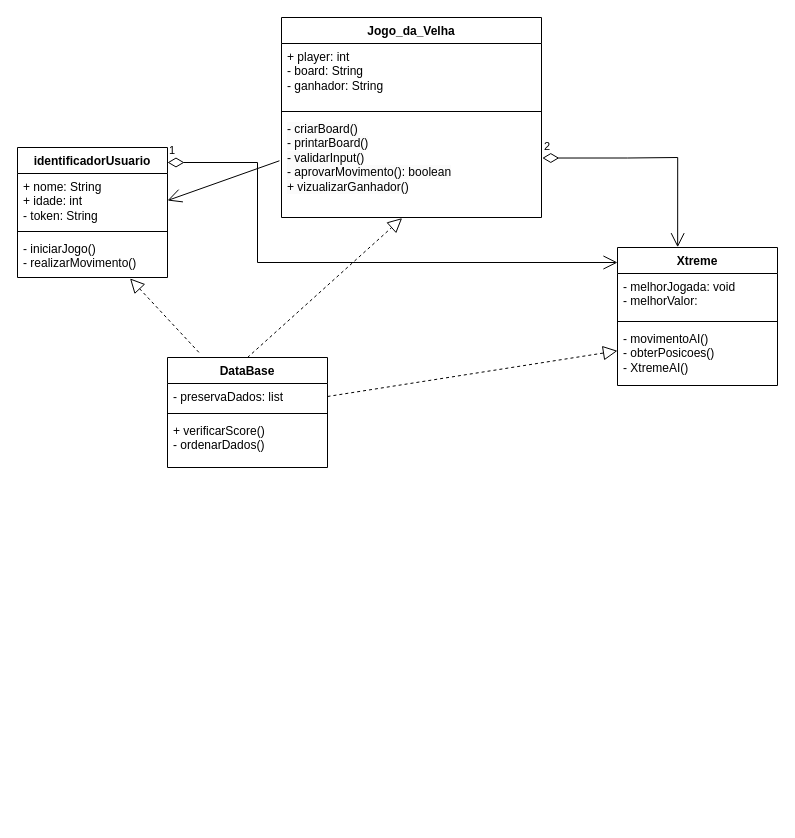
Before: mini_projeto_3/Projeto_3/diagrama_de_classes.drawio in antonioscarvalho/Projetos-Orientados-a-Objetos, a draw.io diagram. Source tidied: cells renumbered, new cells numbered last; positions are measured from the earlier drawing's top-left corner, leaving out a move shared by most shapes. Both pictures are drawn from the tidied source at 100%, with x=0, y=0 at pixel (17, 17).
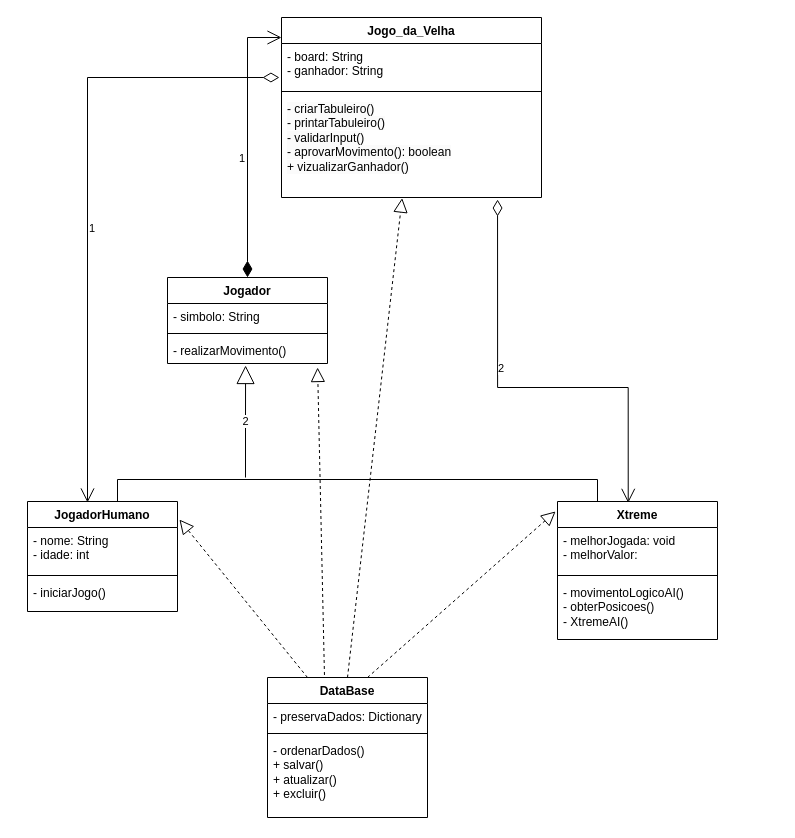
The same diagram, later.

What changed in the source:
```diff
@@
-    <mxCell id="2" value="identificadorUsuario" style="swimlane;fontStyle=1;align=center;verticalAlign=top;horizontal=1;startSize=26;whiteSpace=wrap;html=1;" parent="1" vertex="1">
-      <mxGeometry y="130" width="150" height="130" as="geometry" />
+    <mxCell id="2" value="JogadorHumano" style="swimlane;fontStyle=1;align=center;verticalAlign=top;horizontal=1;startSize=26;whiteSpace=wrap;html=1;" parent="1" vertex="1">
+      <mxGeometry x="10" y="484" width="150" height="110" as="geometry" />
     </mxCell>
-    <mxCell id="3" value="+ nome: String&lt;br&gt;+ idade: int&lt;br&gt;- token: String" style="text;strokeColor=none;fillColor=none;align=left;verticalAlign=top;spacingLeft=4;spacingRight=4;overflow=hidden;points=[[0,0.5],[1,0.5]];portConstraint=eastwest;whiteSpace=wrap;html=1;" parent="2" vertex="1">
-      <mxGeometry y="26" width="150" height="54" as="geometry" />
+    <mxCell id="3" value="- nome: String&lt;br&gt;- idade: int" style="text;strokeColor=none;fillColor=none;align=left;verticalAlign=top;spacingLeft=4;spacingRight=4;overflow=hidden;points=[[0,0.5],[1,0.5]];portConstraint=eastwest;whiteSpace=wrap;html=1;" parent="2" vertex="1">
+      <mxGeometry y="26" width="150" height="44" as="geometry" />
     </mxCell>
     <mxCell id="4" style="line;strokeWidth=1;fillColor=none;align=left;verticalAlign=middle;spacingTop=-1;spacingLeft=3;spacingRight=3;labelPosition=right;strokeColor=inherit;" parent="2" vertex="1">
-      <mxGeometry y="80" width="150" height="8" as="geometry" />
+      <mxGeometry y="70" width="150" height="8" as="geometry" />
     </mxCell>
-    <mxCell id="5" value="- iniciarJogo()&lt;br&gt;- realizarMovimento()" style="text;strokeColor=none;fillColor=none;align=left;verticalAlign=top;spacingLeft=4;spacingRight=4;overflow=hidden;points=[[0,0.5],[1,0.5]];portConstraint=eastwest;whiteSpace=wrap;html=1;" parent="2" vertex="1">
-      <mxGeometry y="88" width="150" height="42" as="geometry" />
+    <mxCell id="5" value="- iniciarJogo()" style="text;strokeColor=none;fillColor=none;align=left;verticalAlign=top;spacingLeft=4;spacingRight=4;overflow=hidden;points=[[0,0.5],[1,0.5]];portConstraint=eastwest;whiteSpace=wrap;html=1;" parent="2" vertex="1">
+      <mxGeometry y="78" width="150" height="32" as="geometry" />
     </mxCell>
     <mxCell id="6" value="Jogo_da_Velha" style="swimlane;fontStyle=1;align=center;verticalAlign=top;horizontal=1;startSize=26;whiteSpace=wrap;html=1;" parent="1" vertex="1">
-      <mxGeometry x="264" width="260" height="200" as="geometry" />
+      <mxGeometry x="264" width="260" height="180" as="geometry" />
     </mxCell>
-    <mxCell id="7" value="+ player: int&lt;br&gt;- board: String&lt;br&gt;- ganhador: String" style="text;strokeColor=none;fillColor=none;align=left;verticalAlign=top;spacingLeft=4;spacingRight=4;overflow=hidden;points=[[0,0.5],[1,0.5]];portConstraint=eastwest;whiteSpace=wrap;html=1;" parent="6" vertex="1">
-      <mxGeometry y="26" width="260" height="64" as="geometry" />
+    <mxCell id="7" value="- board: String&lt;br&gt;- ganhador: String" style="text;strokeColor=none;fillColor=none;align=left;verticalAlign=top;spacingLeft=4;spacingRight=4;overflow=hidden;points=[[0,0.5],[1,0.5]];portConstraint=eastwest;whiteSpace=wrap;html=1;" parent="6" vertex="1">
+      <mxGeometry y="26" width="260" height="44" as="geometry" />
     </mxCell>
     <mxCell id="8" style="line;strokeWidth=1;fillColor=none;align=left;verticalAlign=middle;spacingTop=-1;spacingLeft=3;spacingRight=3;labelPosition=right;strokeColor=inherit;" parent="6" vertex="1">
-      <mxGeometry y="90" width="260" height="8" as="geometry" />
+      <mxGeometry y="70" width="260" height="8" as="geometry" />
     </mxCell>
-    <mxCell id="9" value="&lt;span style=&quot;color: rgb(0, 0, 0); font-family: Helvetica; font-size: 12px; font-style: normal; font-variant-ligatures: normal; font-variant-caps: normal; font-weight: 400; letter-spacing: normal; orphans: 2; text-align: left; text-indent: 0px; text-transform: none; widows: 2; word-spacing: 0px; -webkit-text-stroke-width: 0px; background-color: rgb(251, 251, 251); text-decoration-thickness: initial; text-decoration-style: initial; text-decoration-color: initial; float: none; display: inline !important;&quot;&gt;- criarBoard()&lt;/span&gt;&lt;br style=&quot;border-color: var(--border-color); color: rgb(0, 0, 0); font-family: Helvetica; font-size: 12px; font-style: normal; font-variant-ligatures: normal; font-variant-caps: normal; font-weight: 400; letter-spacing: normal; orphans: 2; text-align: left; text-indent: 0px; text-transform: none; widows: 2; word-spacing: 0px; -webkit-text-stroke-width: 0px; background-color: rgb(251, 251, 251); text-decoration-thickness: initial; text-decoration-style: initial; text-decoration-color: initial;&quot;&gt;&lt;span style=&quot;color: rgb(0, 0, 0); font-family: Helvetica; font-size: 12px; font-style: normal; font-variant-ligatures: normal; font-variant-caps: normal; font-weight: 400; letter-spacing: normal; orphans: 2; text-align: left; text-indent: 0px; text-transform: none; widows: 2; word-spacing: 0px; -webkit-text-stroke-width: 0px; background-color: rgb(251, 251, 251); text-decoration-thickness: initial; text-decoration-style: initial; text-decoration-color: initial; float: none; display: inline !important;&quot;&gt;- printarBoard()&lt;br&gt;- validarInput()&lt;br&gt;- aprovarMovimento(): boolean&lt;br&gt;+ vizualizarGanhador()&lt;br&gt;&lt;/span&gt;" style="text;strokeColor=none;fillColor=none;align=left;verticalAlign=top;spacingLeft=4;spacingRight=4;overflow=hidden;points=[[0,0.5],[1,0.5]];portConstraint=eastwest;whiteSpace=wrap;html=1;" parent="6" vertex="1">
-      <mxGeometry y="98" width="260" height="102" as="geometry" />
+    <mxCell id="9" value="&lt;span style=&quot;color: rgb(0, 0, 0); font-family: Helvetica; font-size: 12px; font-style: normal; font-variant-ligatures: normal; font-variant-caps: normal; font-weight: 400; letter-spacing: normal; orphans: 2; text-align: left; text-indent: 0px; text-transform: none; widows: 2; word-spacing: 0px; -webkit-text-stroke-width: 0px; background-color: rgb(251, 251, 251); text-decoration-thickness: initial; text-decoration-style: initial; text-decoration-color: initial; float: none; display: inline !important;&quot;&gt;- criarTabuleiro()&lt;/span&gt;&lt;br style=&quot;border-color: var(--border-color); color: rgb(0, 0, 0); font-family: Helvetica; font-size: 12px; font-style: normal; font-variant-ligatures: normal; font-variant-caps: normal; font-weight: 400; letter-spacing: normal; orphans: 2; text-align: left; text-indent: 0px; text-transform: none; widows: 2; word-spacing: 0px; -webkit-text-stroke-width: 0px; background-color: rgb(251, 251, 251); text-decoration-thickness: initial; text-decoration-style: initial; text-decoration-color: initial;&quot;&gt;&lt;span style=&quot;color: rgb(0, 0, 0); font-family: Helvetica; font-size: 12px; font-style: normal; font-variant-ligatures: normal; font-variant-caps: normal; font-weight: 400; letter-spacing: normal; orphans: 2; text-align: left; text-indent: 0px; text-transform: none; widows: 2; word-spacing: 0px; -webkit-text-stroke-width: 0px; background-color: rgb(251, 251, 251); text-decoration-thickness: initial; text-decoration-style: initial; text-decoration-color: initial; float: none; display: inline !important;&quot;&gt;- printarTabuleiro()&lt;br&gt;- validarInput()&lt;br&gt;- aprovarMovimento(): boolean&lt;br&gt;+ vizualizarGanhador()&lt;br&gt;&lt;/span&gt;" style="text;strokeColor=none;fillColor=none;align=left;verticalAlign=top;spacingLeft=4;spacingRight=4;overflow=hidden;points=[[0,0.5],[1,0.5]];portConstraint=eastwest;whiteSpace=wrap;html=1;" parent="6" vertex="1">
+      <mxGeometry y="78" width="260" height="102" as="geometry" />
     </mxCell>
     <mxCell id="10" value="DataBase" style="swimlane;fontStyle=1;align=center;verticalAlign=top;horizontal=1;startSize=26;whiteSpace=wrap;html=1;" parent="1" vertex="1">
-      <mxGeometry x="150" y="340" width="160" height="110" as="geometry" />
+      <mxGeometry x="250" y="660" width="160" height="140" as="geometry" />
     </mxCell>
-    <mxCell id="11" value="- preservaDados: list" style="text;strokeColor=none;fillColor=none;align=left;verticalAlign=top;spacingLeft=4;spacingRight=4;overflow=hidden;points=[[0,0.5],[1,0.5]];portConstraint=eastwest;whiteSpace=wrap;html=1;" parent="10" vertex="1">
+    <mxCell id="11" value="- preservaDados: Dictionary" style="text;strokeColor=none;fillColor=none;align=left;verticalAlign=top;spacingLeft=4;spacingRight=4;overflow=hidden;points=[[0,0.5],[1,0.5]];portConstraint=eastwest;whiteSpace=wrap;html=1;" parent="10" vertex="1">
       <mxGeometry y="26" width="160" height="26" as="geometry" />
     </mxCell>
@@
-    <mxCell id="13" value="+ verificarScore()&lt;br&gt;- ordenarDados()" style="text;strokeColor=none;fillColor=none;align=left;verticalAlign=top;spacingLeft=4;spacingRight=4;overflow=hidden;whiteSpace=wrap;html=1;" parent="10" vertex="1">
-      <mxGeometry y="60" width="160" height="50" as="geometry" />
+    <mxCell id="13" value="- ordenarDados()&lt;br&gt;+ salvar()&lt;br&gt;+ atualizar()&lt;br&gt;+ excluir()" style="text;strokeColor=none;fillColor=none;align=left;verticalAlign=top;spacingLeft=4;spacingRight=4;overflow=hidden;whiteSpace=wrap;html=1;" parent="10" vertex="1">
+      <mxGeometry y="60" width="160" height="80" as="geometry" />
     </mxCell>
@@
-    <mxCell id="15" style="endArrow=block;dashed=1;endFill=0;endSize=12;html=1;rounded=0;exitX=0.196;exitY=-0.047;exitDx=0;exitDy=0;exitPerimeter=0;entryX=0.75;entryY=1.022;entryDx=0;entryDy=0;entryPerimeter=0;" parent="1" edge="1" source="10" target="5">
+    <mxCell id="15" style="endArrow=block;dashed=1;endFill=0;endSize=12;html=1;rounded=0;exitX=0.25;exitY=0;exitDx=0;exitDy=0;entryX=1.013;entryY=0.164;entryDx=0;entryDy=0;entryPerimeter=0;" parent="1" edge="1" source="10" target="2">
       <mxGeometry relative="1" as="geometry" />
     </mxCell>
-    <mxCell id="16" style="endArrow=open;endFill=1;endSize=12;html=1;rounded=0;exitX=-0.008;exitY=0.444;exitDx=0;exitDy=0;exitPerimeter=0;entryX=1;entryY=0.5;entryDx=0;entryDy=0;" parent="1" edge="1" source="9" target="3">
-      <mxGeometry relative="1" as="geometry" />
-    </mxCell>
     <mxCell id="17" value="Xtreme" style="swimlane;fontStyle=1;align=center;verticalAlign=top;horizontal=1;startSize=26;whiteSpace=wrap;html=1;" parent="1" vertex="1">
-      <mxGeometry x="600" y="230" width="160" height="138" as="geometry" />
+      <mxGeometry x="540" y="484" width="160" height="138" as="geometry" />
     </mxCell>
@@
-    <mxCell id="20" value="- movimentoAI()&lt;br&gt;- obterPosicoes()&lt;br&gt;- XtremeAI()" style="text;strokeColor=none;fillColor=none;align=left;verticalAlign=top;spacingLeft=4;spacingRight=4;overflow=hidden;points=[[0,0.5],[1,0.5]];portConstraint=eastwest;whiteSpace=wrap;html=1;" parent="17" vertex="1">
+    <mxCell id="20" value="- movimentoLogicoAI()&lt;br&gt;- obterPosicoes()&lt;br&gt;- XtremeAI()" style="text;strokeColor=none;fillColor=none;align=left;verticalAlign=top;spacingLeft=4;spacingRight=4;overflow=hidden;points=[[0,0.5],[1,0.5]];portConstraint=eastwest;whiteSpace=wrap;html=1;" parent="17" vertex="1">
       <mxGeometry y="78" width="160" height="60" as="geometry" />
     </mxCell>
-    <mxCell id="21" value="2" style="endArrow=open;html=1;endSize=12;startArrow=diamondThin;startSize=14;startFill=0;edgeStyle=orthogonalEdgeStyle;align=left;verticalAlign=bottom;rounded=0;exitX=1.003;exitY=0.417;exitDx=0;exitDy=0;exitPerimeter=0;entryX=0.376;entryY=-0.002;entryDx=0;entryDy=0;entryPerimeter=0;" parent="1" edge="1" source="9" target="17">
-      <mxGeometry x="-1" y="3" relative="1" as="geometry">
+    <mxCell id="21" value="2" style="endArrow=open;html=1;endSize=12;startArrow=diamondThin;startSize=14;startFill=0;edgeStyle=orthogonalEdgeStyle;align=left;verticalAlign=bottom;rounded=0;entryX=0.442;entryY=0.01;entryDx=0;entryDy=0;entryPerimeter=0;exitX=0.831;exitY=1.02;exitDx=0;exitDy=0;exitPerimeter=0;" parent="1" edge="1" source="9" target="17">
+      <mxGeometry x="-0.18" y="-1" relative="1" as="geometry">
         <Array as="points">
-          <mxPoint x="610" y="141" />
-          <mxPoint x="660" y="140" />
+          <mxPoint x="480" y="370" />
+          <mxPoint x="611" y="370" />
         </Array>
       </mxGeometry>
     </mxCell>
-    <mxCell id="22" style="endArrow=block;dashed=1;endFill=0;endSize=12;html=1;rounded=0;exitX=1;exitY=0.5;exitDx=0;exitDy=0;entryX=0;entryY=0.422;entryDx=0;entryDy=0;entryPerimeter=0;" parent="1" edge="1" source="11" target="20">
+    <mxCell id="22" style="endArrow=block;dashed=1;endFill=0;endSize=12;html=1;rounded=0;entryX=-0.012;entryY=0.072;entryDx=0;entryDy=0;entryPerimeter=0;exitX=0.625;exitY=0;exitDx=0;exitDy=0;exitPerimeter=0;" parent="1" edge="1" source="10" target="17">
       <mxGeometry relative="1" as="geometry" />
     </mxCell>
-    <mxCell id="23" value="1" style="endArrow=open;html=1;endSize=12;startArrow=diamondThin;startSize=14;startFill=0;edgeStyle=orthogonalEdgeStyle;align=left;verticalAlign=bottom;rounded=0;" parent="1" edge="1">
-      <mxGeometry x="-1" y="3" relative="1" as="geometry">
-        <mxPoint x="150" y="145" as="sourcePoint" />
-        <mxPoint x="600" y="245" as="targetPoint" />
-        <Array as="points">
-          <mxPoint x="240" y="145" />
-          <mxPoint x="240" y="245" />
-        </Array>
-      </mxGeometry>
-    </mxCell>
+    <mxCell id="24" value="Jogador" style="swimlane;fontStyle=1;align=center;verticalAlign=top;horizontal=1;startSize=26;whiteSpace=wrap;html=1;" parent="1" vertex="1">
+      <mxGeometry x="150" y="260" width="160" height="86" as="geometry" />
+    </mxCell>
+    <mxCell id="25" value="- simbolo: String" style="text;strokeColor=none;fillColor=none;align=left;verticalAlign=top;spacingLeft=4;spacingRight=4;overflow=hidden;whiteSpace=wrap;html=1;" parent="24" vertex="1">
+      <mxGeometry y="26" width="160" height="26" as="geometry" />
+    </mxCell>
+    <mxCell id="26" style="line;strokeWidth=1;fillColor=none;align=left;verticalAlign=middle;spacingTop=-1;spacingLeft=3;spacingRight=3;labelPosition=right;strokeColor=inherit;" parent="24" vertex="1">
+      <mxGeometry y="52" width="160" height="8" as="geometry" />
+    </mxCell>
+    <mxCell id="27" value="- realizarMovimento()" style="text;strokeColor=none;fillColor=none;align=left;verticalAlign=top;spacingLeft=4;spacingRight=4;overflow=hidden;points=[[0,0.5],[1,0.5]];portConstraint=eastwest;whiteSpace=wrap;html=1;" parent="24" vertex="1">
+      <mxGeometry y="60" width="160" height="26" as="geometry" />
+    </mxCell>
+    <mxCell id="28" style="endArrow=block;dashed=1;endFill=0;endSize=12;html=1;rounded=0;exitX=0.356;exitY=-0.018;exitDx=0;exitDy=0;exitPerimeter=0;entryX=0.938;entryY=1.154;entryDx=0;entryDy=0;entryPerimeter=0;" parent="1" edge="1" source="10" target="27">
+      <mxGeometry relative="1" as="geometry" />
+    </mxCell>
+    <mxCell id="29" value="2" style="endArrow=block;endSize=16;endFill=0;html=1;rounded=0;entryX=0.488;entryY=1.077;entryDx=0;entryDy=0;entryPerimeter=0;" parent="1" edge="1" target="27">
+      <mxGeometry relative="1" as="geometry">
+        <mxPoint x="228" y="460" as="sourcePoint" />
+        <Array as="points">
+          <mxPoint x="228" y="400" />
+        </Array>
+      </mxGeometry>
+    </mxCell>
+    <mxCell id="30" style="endArrow=none;html=1;edgeStyle=orthogonalEdgeStyle;rounded=0;entryX=0.25;entryY=0;entryDx=0;entryDy=0;" parent="1" edge="1" target="17">
+      <mxGeometry relative="1" as="geometry">
+        <mxPoint x="100" y="484" as="sourcePoint" />
+        <Array as="points">
+          <mxPoint x="100" y="462" />
+          <mxPoint x="580" y="462" />
+        </Array>
+      </mxGeometry>
+    </mxCell>
+    <mxCell id="31" value="1" style="endArrow=open;html=1;endSize=12;startArrow=diamondThin;startSize=14;startFill=1;edgeStyle=orthogonalEdgeStyle;align=left;verticalAlign=bottom;rounded=0;exitX=0.5;exitY=0;exitDx=0;exitDy=0;" parent="1" edge="1" source="24">
+      <mxGeometry x="-0.2" y="10" relative="1" as="geometry">
+        <mxPoint x="264" y="20" as="targetPoint" />
+        <Array as="points">
+          <mxPoint x="230" y="20" />
+        </Array>
+      </mxGeometry>
+    </mxCell>
+    <mxCell id="32" value="1" style="endArrow=open;html=1;endSize=12;startArrow=diamondThin;startSize=14;startFill=0;edgeStyle=orthogonalEdgeStyle;align=left;verticalAlign=bottom;rounded=0;entryX=0.4;entryY=0.009;entryDx=0;entryDy=0;entryPerimeter=0;exitX=-0.008;exitY=0.773;exitDx=0;exitDy=0;exitPerimeter=0;" parent="1" edge="1" source="7" target="2">
+      <mxGeometry x="0.14" relative="1" as="geometry">
+        <Array as="points">
+          <mxPoint x="70" y="60" />
+        </Array>
+      </mxGeometry>
+    </mxCell>
```
